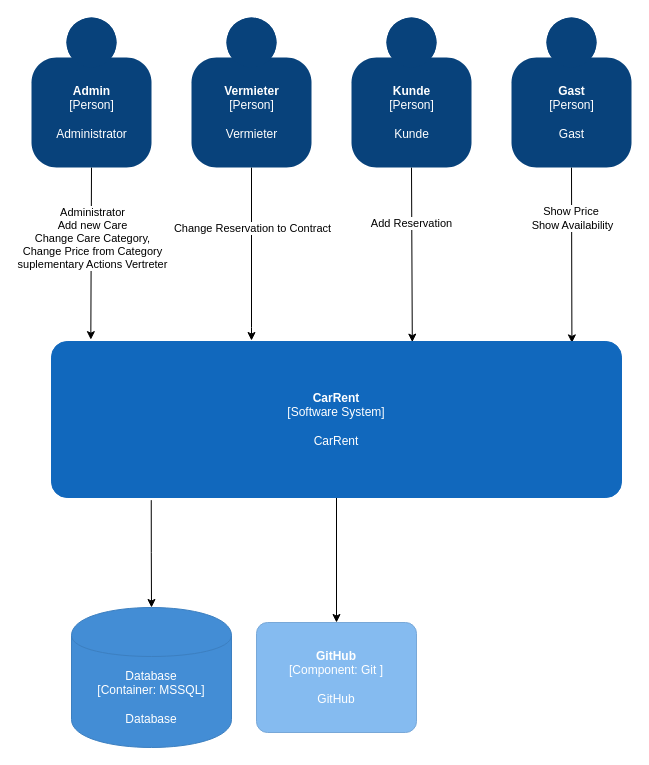
The draw.io diagram page "Context" (1 of 3) of site/CarRent_BigPicture.drawio in W1z4rd64/carrent, before the edit. Source tidied: cells renumbered, new cells numbered last; positions are measured from the earlier drawing's top-left corner, leaving out a move shared by most shapes. Both pictures are drawn from the tidied source at 100%, with x=0, y=0 at pixel (31, 17).
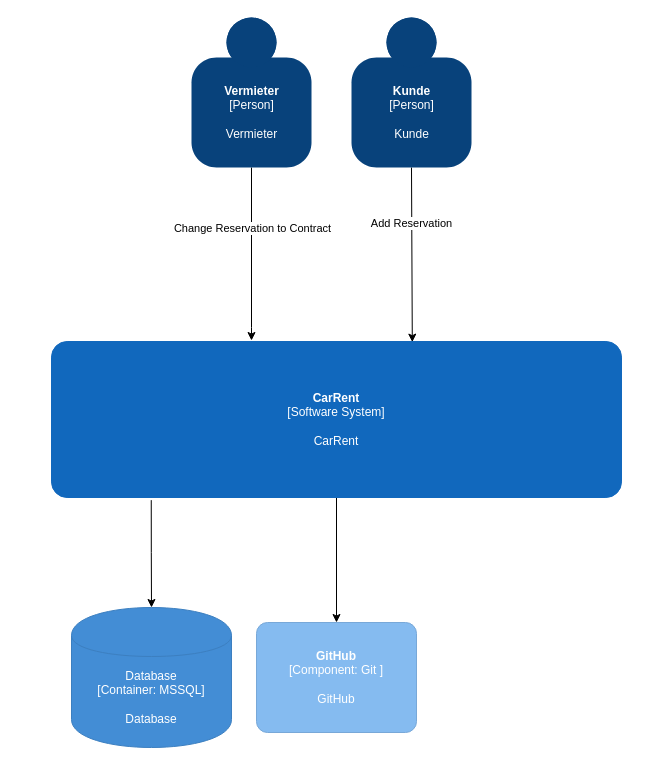
The same page after the edit.

Unchanged cells that the change refers to:
```xml
<object id="16" label="&lt;b&gt;%c4Name%&lt;/b&gt;&lt;div&gt;[%c4Type%]&lt;/div&gt;&lt;br&gt;&lt;div&gt;%c4Description%&lt;/div&gt;" c4Description="CarRent" c4Name="CarRent" c4Type="Software System" placeholders="1">
  <mxCell style="rounded=1;whiteSpace=wrap;html=1;labelBackgroundColor=none;fillColor=#1168BD;fontColor=#ffffff;align=center;arcSize=10;strokeColor=#1168BD;metaData={&quot;c4Type&quot;:{&quot;editable&quot;:false}};points=[[0.25,0,0],[0.5,0,0],[0.75,0,0],[1,0.25,0],[1,0.5,0],[1,0.75,0],[0.75,1,0],[0.5,1,0],[0.25,1,0],[0,0.75,0],[0,0.5,0],[0,0.25,0]];" parent="1" vertex="1">
    <mxGeometry x="20" y="324" width="570" height="156" as="geometry" />
  </mxCell>
</object>
```

What changed in the source:
```diff
@@
-    <mxCell id="2" style="edgeStyle=none;rounded=0;jettySize=auto;html=1;exitX=0.5;exitY=1;exitDx=0;exitDy=0;exitPerimeter=0;entryX=0.069;entryY=-0.012;entryDx=0;entryDy=0;entryPerimeter=0;" parent="1" edge="1" source="4" target="16">
-      <mxGeometry relative="1" as="geometry" />
-    </mxCell>
-    <mxCell id="3" value="Administrator&lt;br&gt;Add new Care&lt;br&gt;Change Care Category,&lt;br&gt;Change&amp;nbsp;Price from Category&lt;br&gt;suplementary Actions Vertreter" style="edgeLabel;html=1;align=center;verticalAlign=middle;" parent="2" vertex="1">
-      <mxGeometry x="-0.12" y="-4" relative="1" as="geometry">
-        <mxPoint x="4.3" y="-5.3" as="offset" />
-      </mxGeometry>
-    </mxCell>
-    <object id="4" label="&lt;b&gt;%c4Name%&lt;/b&gt;&lt;div&gt;[%c4Type%]&lt;/div&gt;&lt;br&gt;&lt;div&gt;%c4Description%&lt;/div&gt;" c4Description="Administrator" c4Name="Admin" c4Type="Person" placeholders="1">
-      <mxCell style="html=1;dashed=0;whitespace=wrap;fillColor=#08427b;strokeColor=none;fontColor=#ffffff;shape=mxgraph.c4.person;align=center;points=[[0.5,0,0],[1,0.5,0],[1,0.75,0],[0.75,1,0],[0.5,1,0],[0.25,1,0],[0,0.75,0],[0,0.5,0]];metaData={&quot;c4Type&quot;:{&quot;editable&quot;:false}};" parent="1" vertex="1">
-        <mxGeometry width="120" height="150" as="geometry" />
-      </mxCell>
-    </object>
@@
-    <mxCell id="11" style="edgeStyle=none;rounded=0;jettySize=auto;html=1;exitX=0.5;exitY=1;exitDx=0;exitDy=0;exitPerimeter=0;entryX=0.913;entryY=0.009;entryDx=0;entryDy=0;entryPerimeter=0;" parent="1" edge="1" source="13" target="16">
-      <mxGeometry relative="1" as="geometry" />
-    </mxCell>
-    <mxCell id="12" value="Show Price&amp;nbsp;&lt;br&gt;Show Availability" style="edgeLabel;html=1;align=center;verticalAlign=middle;" parent="11" vertex="1">
-      <mxGeometry x="-0.33" y="-1" relative="1" as="geometry">
-        <mxPoint x="0.9" y="-8.9" as="offset" />
-      </mxGeometry>
-    </mxCell>
-    <object id="13" label="&lt;b&gt;%c4Name%&lt;/b&gt;&lt;div&gt;[%c4Type%]&lt;/div&gt;&lt;br&gt;&lt;div&gt;%c4Description%&lt;/div&gt;" c4Description="Gast" c4Name="Gast" c4Type="Person" placeholders="1">
-      <mxCell style="html=1;dashed=0;whitespace=wrap;fillColor=#08427b;strokeColor=none;fontColor=#ffffff;shape=mxgraph.c4.person;align=center;points=[[0.5,0,0],[1,0.5,0],[1,0.75,0],[0.75,1,0],[0.5,1,0],[0.25,1,0],[0,0.75,0],[0,0.5,0]];metaData={&quot;c4Type&quot;:{&quot;editable&quot;:false}};" parent="1" vertex="1">
-        <mxGeometry x="480" width="120" height="150" as="geometry" />
-      </mxCell>
-    </object>
```
